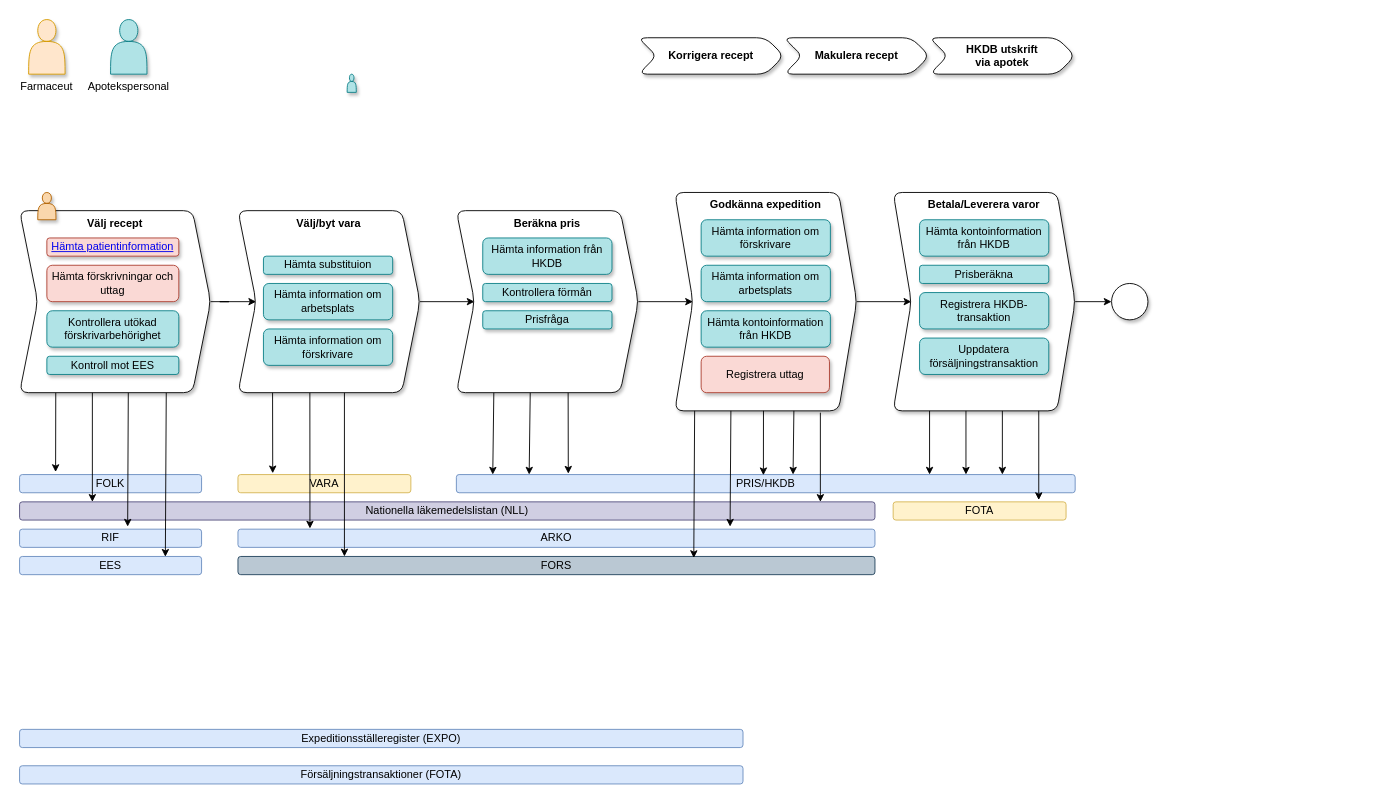
The draw.io diagram Untitled Diagram.drawio in martin-solberg/verksamhetsfloden, before the edit. Source tidied: cells renumbered, new cells numbered last; positions are measured from the earlier drawing's top-left corner, leaving out a move shared by most shapes. Both pictures are drawn from the tidied source at 91%, with x=0, y=0 at pixel (19, 19).
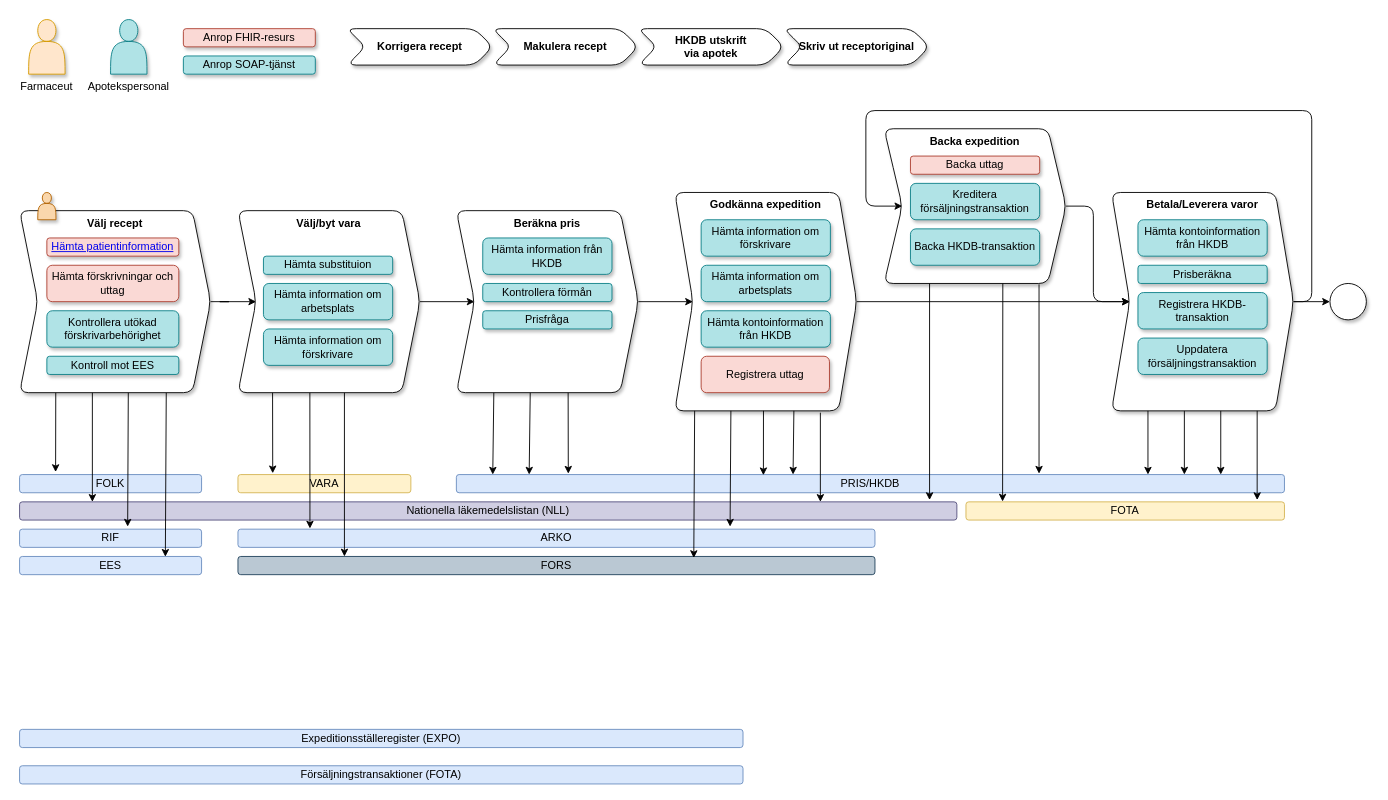
Above is the later version.

What changed in the source:
```diff
@@
     <mxCell id="7" value="Nationella läkemedelslistan (NLL)" style="whiteSpace=wrap;html=1;fillColor=#d0cee2;strokeColor=#56517e;rounded=1;" parent="1" vertex="1">
-      <mxGeometry y="530" width="940" height="20" as="geometry" />
+      <mxGeometry y="530" width="1030" height="20" as="geometry" />
     </mxCell>
     <mxCell id="8" value="PRIS/HKDB" style="whiteSpace=wrap;html=1;fillColor=#dae8fc;strokeColor=#6c8ebf;rounded=1;" parent="1" vertex="1">
-      <mxGeometry x="480" y="500" width="680" height="20" as="geometry" />
+      <mxGeometry x="480" y="500" width="910" height="20" as="geometry" />
     </mxCell>
@@
-    <mxCell id="13" style="shape=actor;whiteSpace=wrap;html=1;rounded=1;shadow=1;labelPosition=center;verticalLabelPosition=bottom;align=center;verticalAlign=top;fillColor=#b0e3e6;strokeColor=#0e8088;" parent="1" vertex="1">
-      <mxGeometry x="360" y="60" width="10" height="20" as="geometry" />
-    </mxCell>
@@
+    <mxCell id="68" style="edgeStyle=orthogonalEdgeStyle;rounded=1;sketch=0;jettySize=auto;html=1;exitX=1;exitY=0.5;exitDx=0;exitDy=0;entryX=0;entryY=0.5;entryDx=0;entryDy=0;endArrow=classic;endFill=1;strokeColor=#000000;fontSize=12;align=center;" parent="1" edge="1" source="28" target="71">
+      <mxGeometry relative="1" as="geometry">
+        <Array as="points">
+          <mxPoint x="1420" y="310" />
+          <mxPoint x="1420" y="100" />
+          <mxPoint x="930" y="100" />
+          <mxPoint x="930" y="205" />
+        </Array>
+      </mxGeometry>
+    </mxCell>
     <mxCell id="28" value="Betala/Leverera varor" style="shape=step;perimeter=stepPerimeter;whiteSpace=wrap;html=1;fixedSize=1;rounded=1;shadow=1;fontStyle=1;verticalAlign=top;" parent="1" vertex="1">
-      <mxGeometry x="960" y="190" width="200" height="240" as="geometry" />
+      <mxGeometry x="1200" y="190" width="200" height="240" as="geometry" />
     </mxCell>
     <mxCell id="29" value="Korrigera recept" style="shape=step;perimeter=stepPerimeter;whiteSpace=wrap;html=1;fixedSize=1;rounded=1;shadow=1;fontStyle=1;" parent="1" vertex="1">
-      <mxGeometry x="680" y="20" width="160" height="40" as="geometry" />
+      <mxGeometry x="360" y="10" width="160" height="40" as="geometry" />
     </mxCell>
@@
     <mxCell id="55" value="Hämta kontoinformation från HKDB" style="rounded=1;whiteSpace=wrap;html=1;shadow=1;fillColor=#b0e3e6;strokeColor=#0e8088;" parent="1" vertex="1">
-      <mxGeometry x="989" y="220" width="142" height="40" as="geometry" />
+      <mxGeometry x="1229" y="220" width="142" height="40" as="geometry" />
     </mxCell>
     <mxCell id="56" value="Prisberäkna" style="rounded=1;whiteSpace=wrap;html=1;shadow=1;fillColor=#b0e3e6;strokeColor=#0e8088;" parent="1" vertex="1">
-      <mxGeometry x="989" y="270" width="142" height="20" as="geometry" />
+      <mxGeometry x="1229" y="270" width="142" height="20" as="geometry" />
     </mxCell>
     <mxCell id="57" value="Registrera HKDB-transaktion" style="rounded=1;whiteSpace=wrap;html=1;shadow=1;fillColor=#b0e3e6;strokeColor=#0e8088;" parent="1" vertex="1">
-      <mxGeometry x="989" y="300" width="142" height="40" as="geometry" />
+      <mxGeometry x="1229" y="300" width="142" height="40" as="geometry" />
     </mxCell>
     <mxCell id="58" value="Uppdatera försäljningstransaktion" style="rounded=1;whiteSpace=wrap;html=1;shadow=1;fillColor=#b0e3e6;strokeColor=#0e8088;" parent="1" vertex="1">
-      <mxGeometry x="989" y="350" width="142" height="40" as="geometry" />
+      <mxGeometry x="1229" y="350" width="142" height="40" as="geometry" />
     </mxCell>
     <mxCell id="59" style="endArrow=classic;html=1;" parent="1" edge="1">
       <mxGeometry relative="1" as="geometry">
-        <mxPoint x="1000" y="430" as="sourcePoint" />
-        <mxPoint x="1000" y="500" as="targetPoint" />
+        <mxPoint x="1240" y="430" as="sourcePoint" />
+        <mxPoint x="1240" y="500" as="targetPoint" />
       </mxGeometry>
     </mxCell>
     <mxCell id="60" style="endArrow=classic;html=1;" parent="1" edge="1">
       <mxGeometry relative="1" as="geometry">
-        <mxPoint x="1040" y="430" as="sourcePoint" />
-        <mxPoint x="1040" y="500" as="targetPoint" />
+        <mxPoint x="1280" y="430" as="sourcePoint" />
+        <mxPoint x="1280" y="500" as="targetPoint" />
       </mxGeometry>
     </mxCell>
     <mxCell id="61" style="endArrow=classic;html=1;" parent="1" edge="1">
       <mxGeometry relative="1" as="geometry">
-        <mxPoint x="1080" y="430" as="sourcePoint" />
-        <mxPoint x="1080" y="500" as="targetPoint" />
+        <mxPoint x="1320" y="430" as="sourcePoint" />
+        <mxPoint x="1320" y="500" as="targetPoint" />
       </mxGeometry>
     </mxCell>
     <mxCell id="62" value="FOTA" style="whiteSpace=wrap;html=1;fillColor=#fff2cc;strokeColor=#d6b656;rounded=1;" parent="1" vertex="1">
-      <mxGeometry x="960" y="530" width="190" height="20" as="geometry" />
+      <mxGeometry x="1040" y="530" width="350" height="20" as="geometry" />
     </mxCell>
     <mxCell id="63" style="endArrow=classic;html=1;" parent="1" edge="1">
       <mxGeometry relative="1" as="geometry">
-        <mxPoint x="1120" y="430" as="sourcePoint" />
-        <mxPoint x="1120" y="528" as="targetPoint" />
+        <mxPoint x="1360" y="430" as="sourcePoint" />
+        <mxPoint x="1360" y="528" as="targetPoint" />
       </mxGeometry>
     </mxCell>
     <mxCell id="64" value="Makulera recept" style="shape=step;perimeter=stepPerimeter;whiteSpace=wrap;html=1;fixedSize=1;rounded=1;shadow=1;fontStyle=1;" parent="1" vertex="1">
-      <mxGeometry x="840" y="20" width="160" height="40" as="geometry" />
+      <mxGeometry x="520" y="10" width="160" height="40" as="geometry" />
     </mxCell>
     <mxCell id="65" value="&lt;div&gt;HKDB utskrift&lt;/div&gt;&lt;div&gt; via apotek&lt;/div&gt;" style="shape=step;perimeter=stepPerimeter;whiteSpace=wrap;html=1;fixedSize=1;rounded=1;shadow=1;fontStyle=1;" parent="1" vertex="1">
-      <mxGeometry x="1000" y="20" width="160" height="40" as="geometry" />
+      <mxGeometry x="680" y="10" width="160" height="40" as="geometry" />
     </mxCell>
     <mxCell id="66" style="ellipse;whiteSpace=wrap;html=1;rounded=1;shadow=1;fontSize=12;" parent="1" vertex="1">
-      <mxGeometry x="1200" y="290" width="40" height="40" as="geometry" />
+      <mxGeometry x="1440" y="290" width="40" height="40" as="geometry" />
     </mxCell>
@@
+    <mxCell id="69" value="Anrop FHIR-resurs" style="rounded=1;whiteSpace=wrap;html=1;shadow=1;fontSize=12;fillColor=#fad9d5;strokeColor=#ae4132;" parent="1" vertex="1">
+      <mxGeometry x="180" y="10" width="145" height="20" as="geometry" />
+    </mxCell>
+    <mxCell id="70" value="Anrop SOAP-tjänst" style="rounded=1;whiteSpace=wrap;html=1;shadow=1;fontSize=12;fillColor=#b0e3e6;strokeColor=#0e8088;" parent="1" vertex="1">
+      <mxGeometry x="180" y="40" width="145" height="20" as="geometry" />
+    </mxCell>
+    <mxCell id="71" value="Backa expedition" style="shape=step;perimeter=stepPerimeter;whiteSpace=wrap;html=1;fixedSize=1;rounded=1;shadow=1;fontStyle=1;verticalAlign=top;" parent="1" vertex="1">
+      <mxGeometry x="950" y="120" width="200" height="170" as="geometry" />
+    </mxCell>
+    <mxCell id="72" value="Kreditera försäljningstransaktion" style="rounded=1;whiteSpace=wrap;html=1;shadow=1;fillColor=#b0e3e6;strokeColor=#0e8088;" parent="1" vertex="1">
+      <mxGeometry x="979" y="180" width="142" height="40" as="geometry" />
+    </mxCell>
+    <mxCell id="73" value="Backa HKDB-transaktion" style="rounded=1;whiteSpace=wrap;html=1;shadow=1;fillColor=#b0e3e6;strokeColor=#0e8088;" parent="1" vertex="1">
+      <mxGeometry x="979" y="230" width="142" height="40" as="geometry" />
+    </mxCell>
+    <mxCell id="74" value="Backa uttag" style="rounded=1;whiteSpace=wrap;html=1;shadow=1;fillColor=#fad9d5;strokeColor=#ae4132;" parent="1" vertex="1">
+      <mxGeometry x="979" y="150" width="142" height="20" as="geometry" />
+    </mxCell>
+    <mxCell id="75" style="endArrow=classic;html=1;strokeColor=#000000;fontSize=12;align=center;exitX=1;exitY=0.5;exitDx=0;exitDy=0;" parent="1" edge="1" source="71">
+      <mxGeometry relative="1" as="geometry">
+        <mxPoint x="1220" y="310" as="targetPoint" />
+        <Array as="points">
+          <mxPoint x="1180" y="205" />
+          <mxPoint x="1180" y="310" />
+        </Array>
+      </mxGeometry>
+    </mxCell>
+    <mxCell id="76" style="endArrow=classic;html=1;exitX=0.25;exitY=1;exitDx=0;exitDy=0;" parent="1" edge="1" source="71">
+      <mxGeometry relative="1" as="geometry">
+        <mxPoint x="1000" y="528" as="targetPoint" />
+      </mxGeometry>
+    </mxCell>
+    <mxCell id="77" style="endArrow=classic;html=1;exitX=0.451;exitY=1.006;exitDx=0;exitDy=0;exitPerimeter=0;entryX=0.115;entryY=-0.019;entryDx=0;entryDy=0;entryPerimeter=0;" parent="1" edge="1" target="62">
+      <mxGeometry relative="1" as="geometry">
+        <mxPoint x="1080.5" y="290" as="sourcePoint" />
+      </mxGeometry>
+    </mxCell>
+    <mxCell id="78" style="endArrow=classic;html=1;" parent="1" edge="1">
+      <mxGeometry relative="1" as="geometry">
+        <mxPoint x="1120.3" y="291" as="sourcePoint" />
+        <mxPoint x="1120.3" y="499" as="targetPoint" />
+      </mxGeometry>
+    </mxCell>
+    <mxCell id="79" value="Skriv ut receptoriginal" style="shape=step;perimeter=stepPerimeter;whiteSpace=wrap;html=1;fixedSize=1;rounded=1;shadow=1;fontStyle=1;" parent="1" vertex="1">
+      <mxGeometry x="840" y="10" width="160" height="40" as="geometry" />
+    </mxCell>
```
